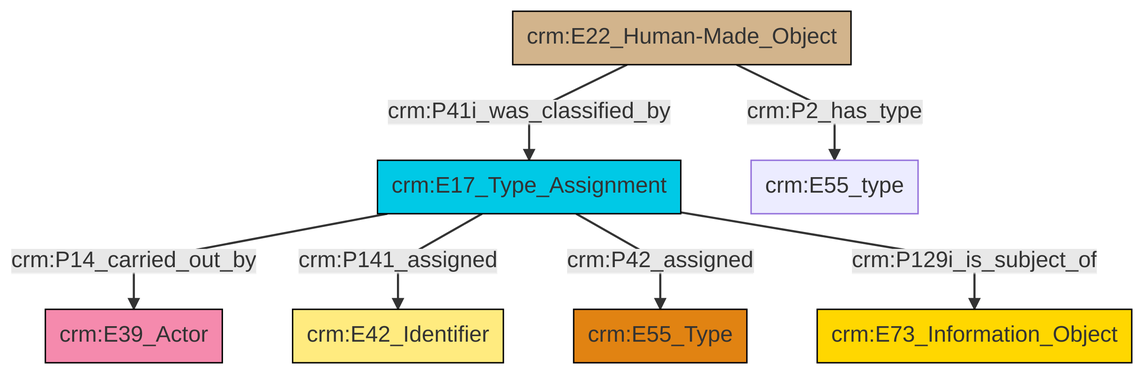
Before: et/builtWorkCSV/ttl/mmd/png/Built_Work_designation_status.png, a diagram exported from Mermaid (swiss-art-research-net/reference-data-models). Its source is kept beside it as et/builtWorkCSV/ttl/mmd/Built_Work_designation_status.ttl.mmd.
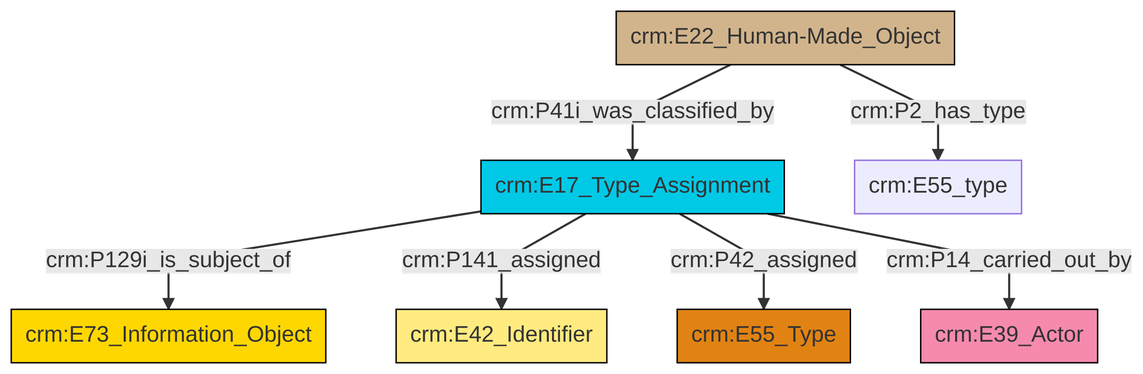
After the change.

What changed in the source:
```diff
@@ -13,9 +13,9 @@
 classDef PC_Classes fill:#4ce600, stroke:#000000;
 classDef Multi fill:#cccccc,stroke:#000000;
 
-2["crm:E22_Human-Made_Object"]:::Physical_Thing -->|crm:P41i_was_classified_by| 4["crm:E17_Type_Assignment"]:::Temporal_Entity
-4["crm:E17_Type_Assignment"]:::Temporal_Entity -->|crm:P14_carried_out_by| 5["crm:E39_Actor"]:::Actor
-2["crm:E22_Human-Made_Object"]:::Physical_Thing -->|crm:P2_has_type| 12["crm:E55_type"]:::Default
-4["crm:E17_Type_Assignment"]:::Temporal_Entity -->|crm:P141_assigned| 8["crm:E42_Identifier"]:::Appellation
-4["crm:E17_Type_Assignment"]:::Temporal_Entity -->|crm:P42_assigned| 0["crm:E55_Type"]:::Type
-4["crm:E17_Type_Assignment"]:::Temporal_Entity -->|crm:P129i_is_subject_of| 10["crm:E73_Information_Object"]:::Conceptual_Object
+2["crm:E17_Type_Assignment"]:::Temporal_Entity -->|crm:P129i_is_subject_of| 0["crm:E73_Information_Object"]:::Conceptual_Object
+2["crm:E17_Type_Assignment"]:::Temporal_Entity -->|crm:P141_assigned| 3["crm:E42_Identifier"]:::Appellation
+2["crm:E17_Type_Assignment"]:::Temporal_Entity -->|crm:P42_assigned| 4["crm:E55_Type"]:::Type
+5["crm:E22_Human-Made_Object"]:::Physical_Thing -->|crm:P2_has_type| 6["crm:E55_type"]:::Default
+5["crm:E22_Human-Made_Object"]:::Physical_Thing -->|crm:P41i_was_classified_by| 2["crm:E17_Type_Assignment"]:::Temporal_Entity
+2["crm:E17_Type_Assignment"]:::Temporal_Entity -->|crm:P14_carried_out_by| 11["crm:E39_Actor"]:::Actor
```
